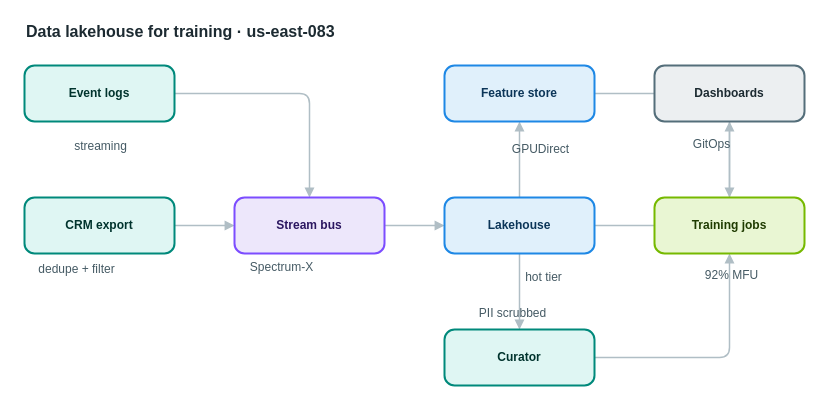
The draw.io diagram apps/web/public/samples/library/083-data-lakehouse-for-training.drawio in AryanG01/open-apprentice, before the edit. Source tidied: cells renumbered, new cells numbered last; positions are measured from the earlier drawing's top-left corner, leaving out a move shared by most shapes. Both pictures are drawn from the tidied source at 100%, with x=0, y=0 at pixel (17, 17).
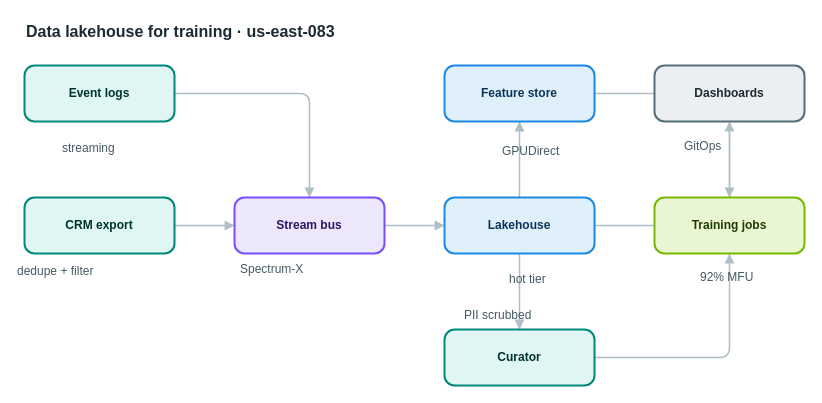
The same page after the edit.

Change to the diagram source:
```diff
@@
-    <mxCell id="19" value="streaming" style="text;html=1;align=center;verticalAlign=middle;whiteSpace=nowrap;strokeColor=none;fillColor=none;fontSize=12;fontColor=#455a64;" parent="1" vertex="1">
+    <mxCell id="19" value="streaming" style="text;html=1;align=left;verticalAlign=top;whiteSpace=nowrap;spacing=0;spacingTop=0;strokeColor=none;fillColor=none;fontSize=12;fontColor=#455a64;" parent="1" vertex="1">
       <mxGeometry x="45" y="119" width="75" height="20" as="geometry" />
     </mxCell>
-    <mxCell id="20" value="dedupe + filter" style="text;html=1;align=center;verticalAlign=middle;whiteSpace=nowrap;strokeColor=none;fillColor=none;fontSize=12;fontColor=#455a64;" parent="1" vertex="1">
+    <mxCell id="20" value="dedupe + filter" style="text;html=1;align=left;verticalAlign=top;whiteSpace=nowrap;spacing=0;spacingTop=0;strokeColor=none;fillColor=none;fontSize=12;fontColor=#455a64;" parent="1" vertex="1">
       <mxGeometry y="242" width="117" height="20" as="geometry" />
     </mxCell>
-    <mxCell id="21" value="Spectrum-X" style="text;html=1;align=center;verticalAlign=middle;whiteSpace=nowrap;strokeColor=none;fillColor=none;fontSize=12;fontColor=#455a64;" parent="1" vertex="1">
+    <mxCell id="21" value="Spectrum-X" style="text;html=1;align=left;verticalAlign=top;whiteSpace=nowrap;spacing=0;spacingTop=0;strokeColor=none;fillColor=none;fontSize=12;fontColor=#455a64;" parent="1" vertex="1">
       <mxGeometry x="223" y="240" width="82" height="20" as="geometry" />
     </mxCell>
-    <mxCell id="22" value="hot tier" style="text;html=1;align=center;verticalAlign=middle;whiteSpace=nowrap;strokeColor=none;fillColor=none;fontSize=12;fontColor=#455a64;" parent="1" vertex="1">
+    <mxCell id="22" value="hot tier" style="text;html=1;align=left;verticalAlign=top;whiteSpace=nowrap;spacing=0;spacingTop=0;strokeColor=none;fillColor=none;fontSize=12;fontColor=#455a64;" parent="1" vertex="1">
       <mxGeometry x="492" y="250" width="68" height="20" as="geometry" />
     </mxCell>
-    <mxCell id="23" value="GPUDirect" style="text;html=1;align=center;verticalAlign=middle;whiteSpace=nowrap;strokeColor=none;fillColor=none;fontSize=12;fontColor=#455a64;" parent="1" vertex="1">
+    <mxCell id="23" value="GPUDirect" style="text;html=1;align=left;verticalAlign=top;whiteSpace=nowrap;spacing=0;spacingTop=0;strokeColor=none;fillColor=none;fontSize=12;fontColor=#455a64;" parent="1" vertex="1">
       <mxGeometry x="485" y="122" width="75" height="20" as="geometry" />
     </mxCell>
-    <mxCell id="24" value="PII scrubbed" style="text;html=1;align=center;verticalAlign=middle;whiteSpace=nowrap;strokeColor=none;fillColor=none;fontSize=12;fontColor=#455a64;" parent="1" vertex="1">
+    <mxCell id="24" value="PII scrubbed" style="text;html=1;align=left;verticalAlign=top;whiteSpace=nowrap;spacing=0;spacingTop=0;strokeColor=none;fillColor=none;fontSize=12;fontColor=#455a64;" parent="1" vertex="1">
       <mxGeometry x="447" y="286" width="96" height="20" as="geometry" />
     </mxCell>
-    <mxCell id="25" value="92% MFU" style="text;html=1;align=center;verticalAlign=middle;whiteSpace=nowrap;strokeColor=none;fillColor=none;fontSize=12;fontColor=#455a64;" parent="1" vertex="1">
+    <mxCell id="25" value="92% MFU" style="text;html=1;align=left;verticalAlign=top;whiteSpace=nowrap;spacing=0;spacingTop=0;strokeColor=none;fillColor=none;fontSize=12;fontColor=#455a64;" parent="1" vertex="1">
       <mxGeometry x="683" y="248" width="61" height="20" as="geometry" />
     </mxCell>
-    <mxCell id="26" value="GitOps" style="text;html=1;align=center;verticalAlign=middle;whiteSpace=nowrap;strokeColor=none;fillColor=none;fontSize=12;fontColor=#455a64;" parent="1" vertex="1">
+    <mxCell id="26" value="GitOps" style="text;html=1;align=left;verticalAlign=top;whiteSpace=nowrap;spacing=0;spacingTop=0;strokeColor=none;fillColor=none;fontSize=12;fontColor=#455a64;" parent="1" vertex="1">
       <mxGeometry x="667" y="117" width="54" height="20" as="geometry" />
     </mxCell>
```
